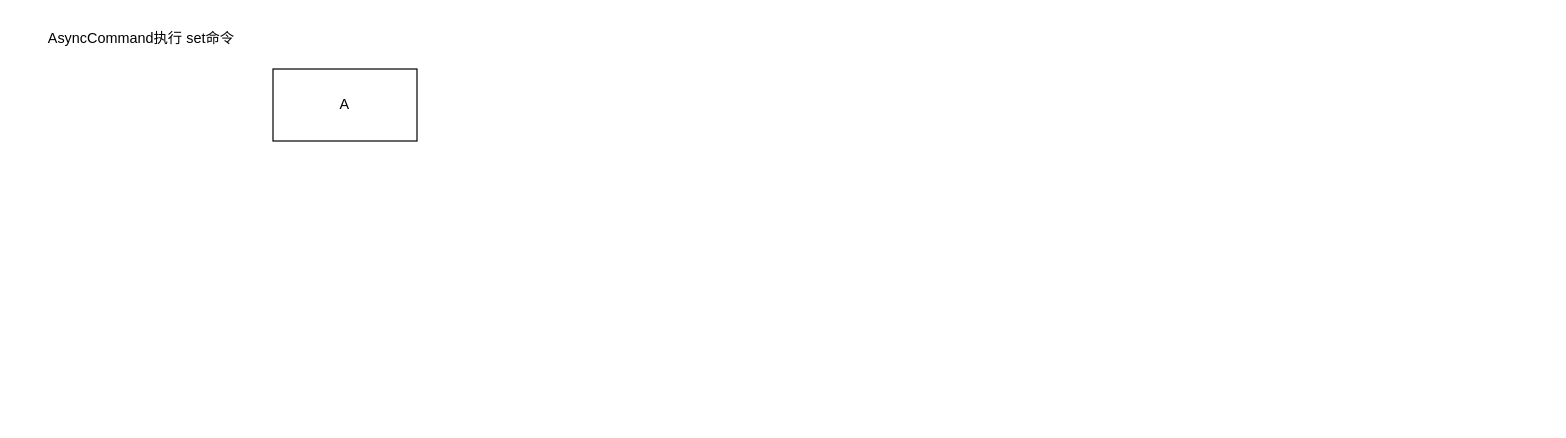
Ordertiny/graph keeps this draw.io diagram as lettuce底层源码.drawio. Above is the earlier version. Source tidied: cells renumbered, new cells numbered last; positions are measured from the earlier drawing's top-left corner, leaving out a move shared by most shapes. Both pictures are drawn from the tidied source at 120%, with x=0, y=0 at pixel (32, 20).
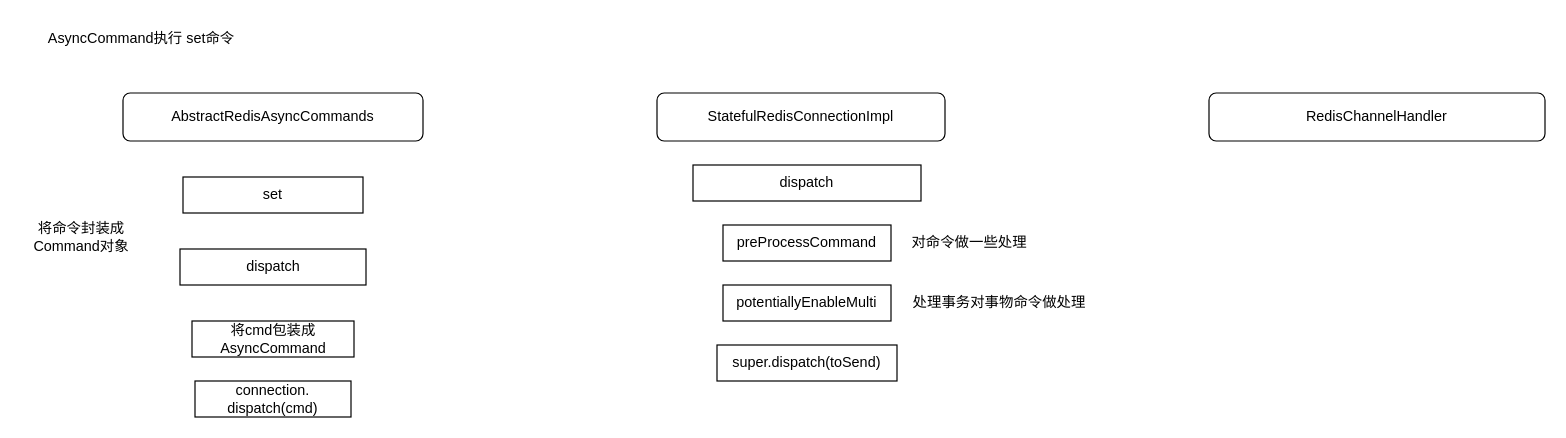
After the change.

Commit message (it also covers changes not shown here):
更新lettuce底层源码.drawio

Diff of the diagram source:
```diff
@@
 <mxGraphModel>
   <root>
     <mxCell id="0" />
     <mxCell id="1" parent="0" />
-    <mxCell id="2" value="A" style="rounded=0;whiteSpace=wrap;html=1;" parent="1" vertex="1">
-      <mxGeometry x="200" y="40" width="120" height="60" as="geometry" />
-    </mxCell>
     <mxCell id="3" value="AsyncCommand执行 set命令" style="text;html=1;align=center;verticalAlign=middle;strokeColor=none;fillColor=none;" parent="1" vertex="1">
       <mxGeometry width="180" height="30" as="geometry" />
     </mxCell>
+    <mxCell id="4" value="set" style="whiteSpace=wrap;html=1;" parent="1" vertex="1">
+      <mxGeometry x="125" y="130" width="150" height="30" as="geometry" />
+    </mxCell>
+    <mxCell id="5" value="dispatch" style="whiteSpace=wrap;html=1;" parent="1" vertex="1">
+      <mxGeometry x="122.5" y="190" width="155" height="30" as="geometry" />
+    </mxCell>
+    <mxCell id="6" value="将命令封装成&lt;br&gt;Command对象" style="text;html=1;align=center;verticalAlign=middle;strokeColor=none;fillColor=none;" parent="1" vertex="1">
+      <mxGeometry x="-10" y="160" width="100" height="40" as="geometry" />
+    </mxCell>
+    <mxCell id="7" value="将cmd包装成&lt;br style=&quot;border-color: var(--border-color);&quot;&gt;AsyncCommand" style="whiteSpace=wrap;html=1;" parent="1" vertex="1">
+      <mxGeometry x="132.5" y="250" width="135" height="30" as="geometry" />
+    </mxCell>
+    <mxCell id="8" value="connection.&lt;br&gt;dispatch(cmd)" style="whiteSpace=wrap;html=1;" parent="1" vertex="1">
+      <mxGeometry x="135" y="300" width="130" height="30" as="geometry" />
+    </mxCell>
+    <mxCell id="9" value="StatefulRedisConnectionImpl" style="rounded=1;whiteSpace=wrap;html=1;" parent="1" vertex="1">
+      <mxGeometry x="520" y="60" width="240" height="40" as="geometry" />
+    </mxCell>
+    <mxCell id="10" value="dispatch" style="whiteSpace=wrap;html=1;" parent="1" vertex="1">
+      <mxGeometry x="550" y="120" width="190" height="30" as="geometry" />
+    </mxCell>
+    <mxCell id="11" value="preProcessCommand" style="whiteSpace=wrap;html=1;" parent="1" vertex="1">
+      <mxGeometry x="575" y="170" width="140" height="30" as="geometry" />
+    </mxCell>
+    <mxCell id="12" value="对命令做一些处理" style="text;html=1;align=center;verticalAlign=middle;strokeColor=none;fillColor=none;" parent="1" vertex="1">
+      <mxGeometry x="720" y="170" width="120" height="30" as="geometry" />
+    </mxCell>
+    <mxCell id="13" value="potentiallyEnableMulti" style="whiteSpace=wrap;html=1;" parent="1" vertex="1">
+      <mxGeometry x="575" y="220" width="140" height="30" as="geometry" />
+    </mxCell>
+    <mxCell id="14" value="AbstractRedisAsyncCommands" style="rounded=1;whiteSpace=wrap;html=1;" parent="1" vertex="1">
+      <mxGeometry x="75" y="60" width="250" height="40" as="geometry" />
+    </mxCell>
+    <mxCell id="15" value="处理事务对事物命令做处理" style="text;html=1;align=center;verticalAlign=middle;strokeColor=none;fillColor=none;" parent="1" vertex="1">
+      <mxGeometry x="720" y="220" width="170" height="30" as="geometry" />
+    </mxCell>
+    <mxCell id="16" value="super.dispatch(toSend)" style="whiteSpace=wrap;html=1;" parent="1" vertex="1">
+      <mxGeometry x="570" y="270" width="150" height="30" as="geometry" />
+    </mxCell>
+    <mxCell id="17" value="RedisChannelHandler" style="rounded=1;whiteSpace=wrap;html=1;" parent="1" vertex="1">
+      <mxGeometry x="980" y="60" width="280" height="40" as="geometry" />
+    </mxCell>
   </root>
 </mxGraphModel>
```
